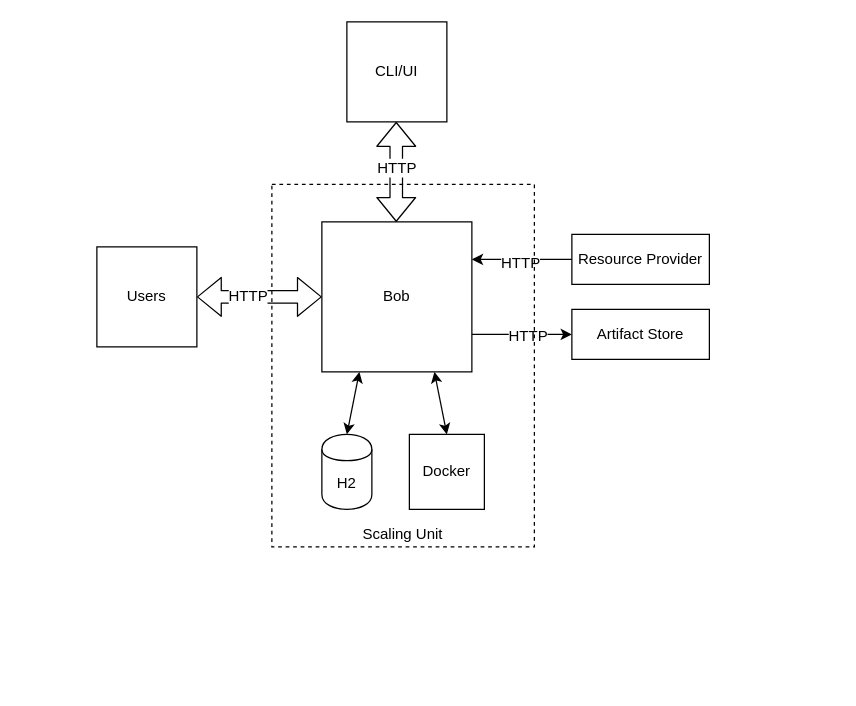
Before: diagrams/bob-arch.drawio.xml in bob-cd/bob, a draw.io diagram. Source tidied: cells renumbered, new cells numbered last; positions are measured from the earlier drawing's top-left corner, leaving out a move shared by most shapes. Both pictures are drawn from the tidied source at 125%, with x=0, y=0 at pixel (96, 21).
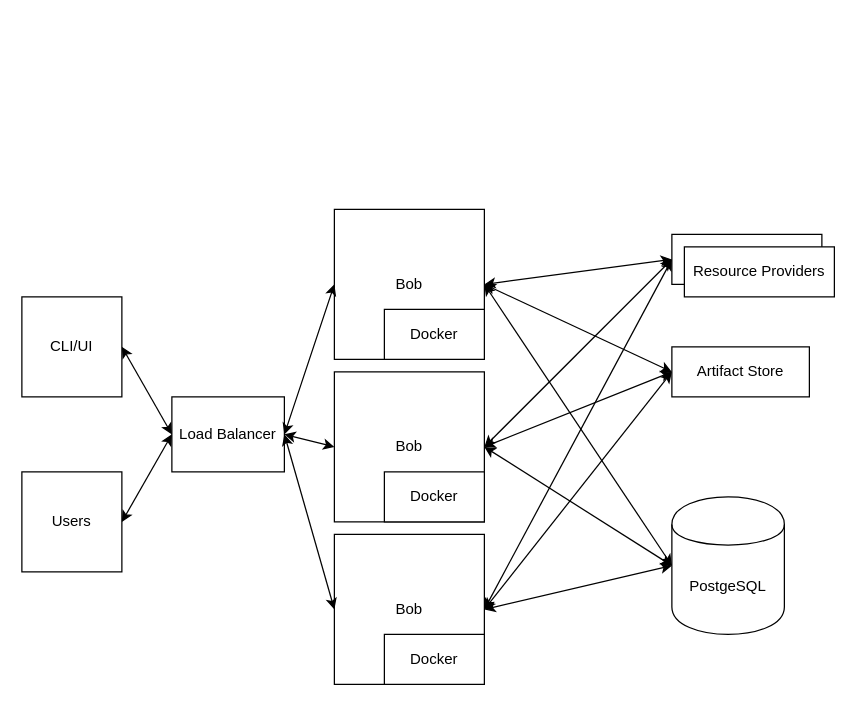
The same page after the edit.

Change to the diagram source:
```diff
@@
+    <mxCell id="3" value="PostgeSQL" style="shape=cylinder;whiteSpace=wrap;html=1;boundedLbl=1;backgroundOutline=1;" parent="1" vertex="1">
+      <mxGeometry x="460" y="380" width="90" height="110" as="geometry" />
+    </mxCell>
+    <mxCell id="8" value="Artifact Store" style="rounded=0;whiteSpace=wrap;html=1;" parent="1" vertex="1">
+      <mxGeometry x="460" y="260" width="110" height="40" as="geometry" />
+    </mxCell>
+    <mxCell id="15" value="CLI/UI" style="whiteSpace=wrap;html=1;fillColor=none;" parent="1" vertex="1">
+      <mxGeometry x="-60" y="220" width="80" height="80" as="geometry" />
+    </mxCell>
+    <mxCell id="18" value="Users" style="whiteSpace=wrap;html=1;fillColor=none;" parent="1" vertex="1">
+      <mxGeometry x="-60" y="360" width="80" height="80" as="geometry" />
+    </mxCell>
+    <mxCell id="21" style="group;" parent="1" vertex="1">
+      <mxGeometry x="190" y="150" width="120" height="120" as="geometry" />
+    </mxCell>
-    <mxCell id="2" value="Bob" style="whiteSpace=wrap;html=1;" parent="1" vertex="1">
-      <mxGeometry x="180" y="160" width="120" height="120" as="geometry" />
+    <mxCell id="2" value="Bob" style="whiteSpace=wrap;html=1;" parent="21" vertex="1">
+      <mxGeometry width="120" height="120" as="geometry" />
     </mxCell>
-    <mxCell id="3" value="H2" style="shape=cylinder;whiteSpace=wrap;html=1;boundedLbl=1;backgroundOutline=1;" parent="1" vertex="1">
-      <mxGeometry x="180" y="330" width="40" height="60" as="geometry" />
-    </mxCell>
-    <mxCell id="4" value="Docker" style="whiteSpace=wrap;html=1;" parent="1" vertex="1">
-      <mxGeometry x="250" y="330" width="60" height="60" as="geometry" />
-    </mxCell>
-    <mxCell id="5" style="endArrow=classic;startArrow=classic;html=1;entryX=0.25;entryY=1;entryDx=0;entryDy=0;" parent="1" edge="1" target="2">
-      <mxGeometry relative="1" as="geometry">
-        <mxPoint x="200" y="330" as="sourcePoint" />
-      </mxGeometry>
-    </mxCell>
-    <mxCell id="6" style="endArrow=classic;startArrow=classic;html=1;entryX=0.75;entryY=1;entryDx=0;entryDy=0;exitX=0.5;exitY=0;exitDx=0;exitDy=0;" parent="1" edge="1" source="4" target="2">
-      <mxGeometry relative="1" as="geometry" />
-    </mxCell>
+    <mxCell id="22" value="Docker" style="rounded=0;whiteSpace=wrap;html=1;" parent="21" vertex="1">
+      <mxGeometry x="40" y="80" width="80" height="40" as="geometry" />
+    </mxCell>
+    <mxCell id="23" style="group;" parent="1" vertex="1">
+      <mxGeometry x="190" y="280" width="120" height="120" as="geometry" />
+    </mxCell>
+    <mxCell id="24" value="Bob" style="whiteSpace=wrap;html=1;" parent="23" vertex="1">
+      <mxGeometry width="120" height="120" as="geometry" />
+    </mxCell>
+    <mxCell id="25" value="Docker" style="rounded=0;whiteSpace=wrap;html=1;" parent="23" vertex="1">
+      <mxGeometry x="40" y="80" width="80" height="40" as="geometry" />
+    </mxCell>
+    <mxCell id="26" style="group;" parent="1" vertex="1">
+      <mxGeometry x="190" y="410" width="120" height="120" as="geometry" />
+    </mxCell>
+    <mxCell id="27" value="Bob" style="whiteSpace=wrap;html=1;" parent="26" vertex="1">
+      <mxGeometry width="120" height="120" as="geometry" />
+    </mxCell>
+    <mxCell id="28" value="Docker" style="rounded=0;whiteSpace=wrap;html=1;" parent="26" vertex="1">
+      <mxGeometry x="40" y="80" width="80" height="40" as="geometry" />
+    </mxCell>
+    <mxCell id="29" value="Load Balancer" style="rounded=0;whiteSpace=wrap;html=1;" parent="1" vertex="1">
+      <mxGeometry x="60" y="300" width="90" height="60" as="geometry" />
+    </mxCell>
+    <mxCell id="30" style="endArrow=classic;startArrow=classic;html=1;entryX=0;entryY=0.5;entryDx=0;entryDy=0;" parent="1" edge="1" target="8">
+      <mxGeometry relative="1" as="geometry">
+        <mxPoint x="310" y="210" as="sourcePoint" />
+      </mxGeometry>
+    </mxCell>
+    <mxCell id="31" style="endArrow=classic;startArrow=classic;html=1;exitX=1;exitY=0.5;exitDx=0;exitDy=0;" parent="1" edge="1" source="24">
+      <mxGeometry relative="1" as="geometry">
+        <mxPoint x="460" y="280" as="targetPoint" />
+      </mxGeometry>
+    </mxCell>
+    <mxCell id="32" style="endArrow=classic;startArrow=classic;html=1;entryX=0;entryY=0.5;entryDx=0;entryDy=0;" parent="1" edge="1" target="7">
+      <mxGeometry relative="1" as="geometry">
+        <mxPoint x="310" y="470" as="sourcePoint" />
+      </mxGeometry>
+    </mxCell>
+    <mxCell id="33" style="endArrow=classic;startArrow=classic;html=1;entryX=0;entryY=0.5;entryDx=0;entryDy=0;exitX=1;exitY=0.5;exitDx=0;exitDy=0;" parent="1" edge="1" source="27" target="8">
+      <mxGeometry relative="1" as="geometry" />
+    </mxCell>
+    <mxCell id="34" style="endArrow=classic;startArrow=classic;html=1;entryX=0;entryY=0.5;entryDx=0;entryDy=0;exitX=1;exitY=0.5;exitDx=0;exitDy=0;" parent="1" edge="1" source="29" target="2">
+      <mxGeometry relative="1" as="geometry" />
+    </mxCell>
+    <mxCell id="35" style="endArrow=classic;startArrow=classic;html=1;entryX=0;entryY=0.5;entryDx=0;entryDy=0;exitX=1;exitY=0.5;exitDx=0;exitDy=0;" parent="1" edge="1" source="29" target="24">
+      <mxGeometry relative="1" as="geometry" />
+    </mxCell>
+    <mxCell id="36" style="endArrow=classic;startArrow=classic;html=1;entryX=0;entryY=0.5;entryDx=0;entryDy=0;exitX=1;exitY=0.5;exitDx=0;exitDy=0;" parent="1" edge="1" source="29" target="27">
+      <mxGeometry relative="1" as="geometry" />
+    </mxCell>
+    <mxCell id="37" style="endArrow=classic;startArrow=classic;html=1;entryX=0;entryY=0.5;entryDx=0;entryDy=0;exitX=1;exitY=0.5;exitDx=0;exitDy=0;" parent="1" edge="1" source="2" target="3">
+      <mxGeometry relative="1" as="geometry" />
+    </mxCell>
+    <mxCell id="38" style="endArrow=classic;startArrow=classic;html=1;entryX=0;entryY=0.5;entryDx=0;entryDy=0;exitX=1;exitY=0.5;exitDx=0;exitDy=0;" parent="1" edge="1" source="24" target="3">
+      <mxGeometry relative="1" as="geometry" />
+    </mxCell>
+    <mxCell id="39" style="endArrow=classic;startArrow=classic;html=1;entryX=0;entryY=0.5;entryDx=0;entryDy=0;exitX=1;exitY=0.5;exitDx=0;exitDy=0;" parent="1" edge="1" source="27" target="3">
+      <mxGeometry relative="1" as="geometry" />
+    </mxCell>
+    <mxCell id="40" style="endArrow=classic;startArrow=classic;html=1;entryX=0;entryY=0.5;entryDx=0;entryDy=0;exitX=1;exitY=0.5;exitDx=0;exitDy=0;" parent="1" edge="1" source="15" target="29">
+      <mxGeometry relative="1" as="geometry" />
+    </mxCell>
+    <mxCell id="41" style="endArrow=classic;startArrow=classic;html=1;entryX=0;entryY=0.5;entryDx=0;entryDy=0;exitX=1;exitY=0.5;exitDx=0;exitDy=0;" parent="1" edge="1" source="18" target="29">
+      <mxGeometry relative="1" as="geometry" />
+    </mxCell>
+    <mxCell id="42" style="group;" parent="1" vertex="1">
+      <mxGeometry x="460" y="170" width="130" height="50" as="geometry" />
+    </mxCell>
-    <mxCell id="7" value="Resource Provider" style="rounded=0;whiteSpace=wrap;html=1;" parent="1" vertex="1">
-      <mxGeometry x="380" y="170" width="110" height="40" as="geometry" />
+    <mxCell id="7" style="rounded=0;whiteSpace=wrap;html=1;" parent="42" vertex="1">
+      <mxGeometry width="120" height="40" as="geometry" />
     </mxCell>
-    <mxCell id="8" value="Artifact Store" style="rounded=0;whiteSpace=wrap;html=1;" parent="1" vertex="1">
-      <mxGeometry x="380" y="230" width="110" height="40" as="geometry" />
-    </mxCell>
-    <mxCell id="9" style="endArrow=classic;html=1;exitX=0;exitY=0.5;exitDx=0;exitDy=0;entryX=1;entryY=0.25;entryDx=0;entryDy=0;" parent="1" edge="1" source="7" target="2">
-      <mxGeometry relative="1" as="geometry" />
-    </mxCell>
-    <mxCell id="10" value="HTTP" style="text;html=1;align=center;verticalAlign=middle;labelBackgroundColor=#ffffff;" parent="9" vertex="1">
-      <mxGeometry x="0.05" y="2" relative="1" as="geometry" />
-    </mxCell>
-    <mxCell id="11" style="endArrow=classic;html=1;entryX=0;entryY=0.5;entryDx=0;entryDy=0;exitX=1;exitY=0.75;exitDx=0;exitDy=0;" parent="1" edge="1" source="2" target="8">
-      <mxGeometry relative="1" as="geometry" />
-    </mxCell>
-    <mxCell id="12" value="HTTP" style="text;html=1;align=center;verticalAlign=middle;labelBackgroundColor=#ffffff;" parent="11" vertex="1">
-      <mxGeometry x="0.1" y="-1" relative="1" as="geometry" />
-    </mxCell>
-    <mxCell id="13" style="shape=flexArrow;endArrow=classic;startArrow=classic;html=1;" parent="1" edge="1">
-      <mxGeometry relative="1" as="geometry">
-        <mxPoint x="239.5" y="80" as="sourcePoint" />
-        <mxPoint x="239.5" y="160" as="targetPoint" />
-      </mxGeometry>
-    </mxCell>
-    <mxCell id="14" value="HTTP" style="text;html=1;align=center;verticalAlign=middle;labelBackgroundColor=#ffffff;" parent="13" vertex="1">
-      <mxGeometry x="0.12" y="5" relative="1" as="geometry">
-        <mxPoint x="-5" y="-9" as="offset" />
-      </mxGeometry>
-    </mxCell>
-    <mxCell id="15" value="CLI/UI" style="whiteSpace=wrap;html=1;fillColor=none;" parent="1" vertex="1">
-      <mxGeometry x="200" width="80" height="80" as="geometry" />
-    </mxCell>
-    <mxCell id="16" style="shape=flexArrow;endArrow=classic;startArrow=classic;html=1;entryX=0;entryY=0.5;entryDx=0;entryDy=0;" parent="1" edge="1" target="2">
-      <mxGeometry relative="1" as="geometry">
-        <mxPoint x="80" y="220" as="sourcePoint" />
-      </mxGeometry>
-    </mxCell>
-    <mxCell id="17" value="HTTP" style="text;html=1;align=center;verticalAlign=middle;labelBackgroundColor=#ffffff;" parent="16" vertex="1">
-      <mxGeometry x="-0.1" y="-3" relative="1" as="geometry">
-        <mxPoint x="-5" y="-4" as="offset" />
-      </mxGeometry>
-    </mxCell>
-    <mxCell id="18" value="Users" style="whiteSpace=wrap;html=1;fillColor=none;" parent="1" vertex="1">
-      <mxGeometry y="180" width="80" height="80" as="geometry" />
-    </mxCell>
-    <mxCell id="19" style="rounded=0;whiteSpace=wrap;html=1;fillColor=none;dashed=1;" parent="1" vertex="1">
-      <mxGeometry x="140" y="130" width="210" height="290" as="geometry" />
-    </mxCell>
-    <mxCell id="20" value="Scaling Unit" style="text;html=1;strokeColor=none;fillColor=none;align=center;verticalAlign=middle;whiteSpace=wrap;rounded=0;dashed=1;" parent="1" vertex="1">
-      <mxGeometry x="205" y="400" width="80" height="20" as="geometry" />
-    </mxCell>
+    <mxCell id="43" value="Resource Providers" style="rounded=0;whiteSpace=wrap;html=1;" parent="42" vertex="1">
+      <mxGeometry x="10" y="10" width="120" height="40" as="geometry" />
+    </mxCell>
+    <mxCell id="44" style="endArrow=classic;startArrow=classic;html=1;entryX=0;entryY=0.5;entryDx=0;entryDy=0;exitX=1;exitY=0.5;exitDx=0;exitDy=0;" parent="1" edge="1" source="24" target="7">
+      <mxGeometry relative="1" as="geometry" />
+    </mxCell>
+    <mxCell id="45" style="endArrow=classic;startArrow=classic;html=1;entryX=0;entryY=0.5;entryDx=0;entryDy=0;exitX=1;exitY=0.5;exitDx=0;exitDy=0;" parent="1" edge="1" source="2" target="7">
+      <mxGeometry relative="1" as="geometry" />
+    </mxCell>
```
